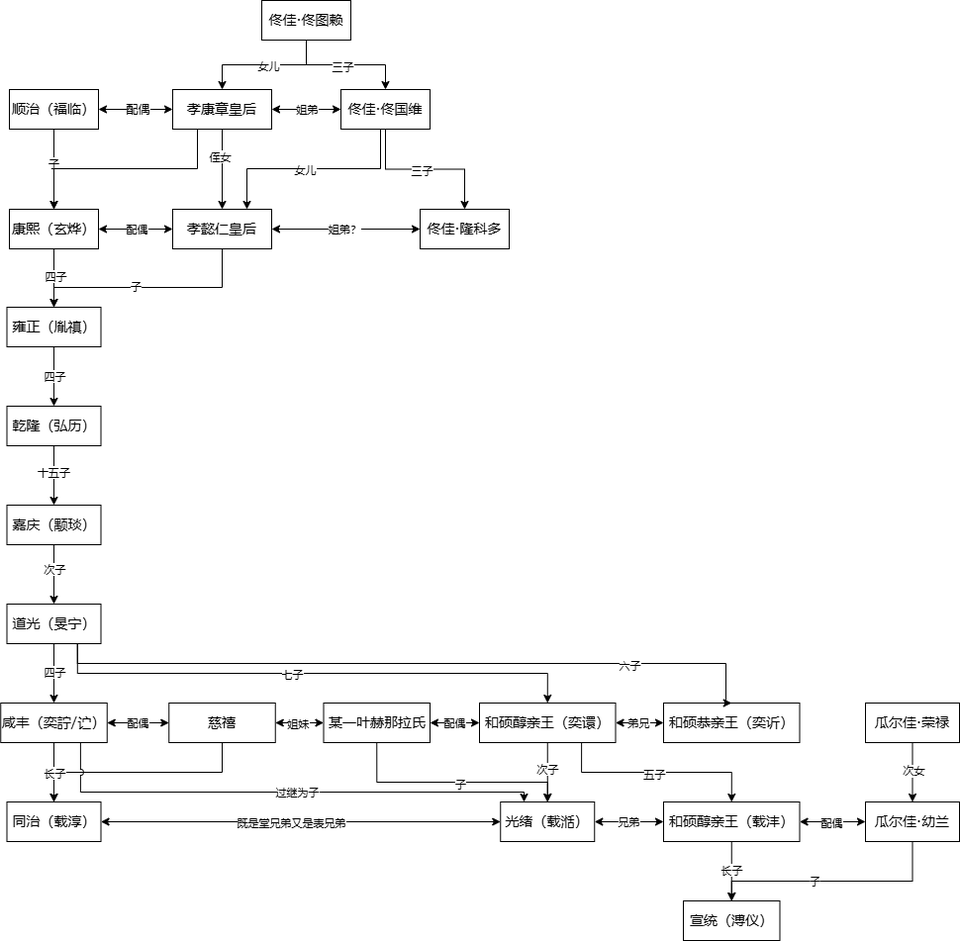
The draw.io diagram pic/清朝人物关系.drawio.png in guxdong/imgrepo, before a commit. Source tidied: cells renumbered, new cells last; positions are measured from the earlier drawing's top-left corner, leaving out a move shared by most shapes.
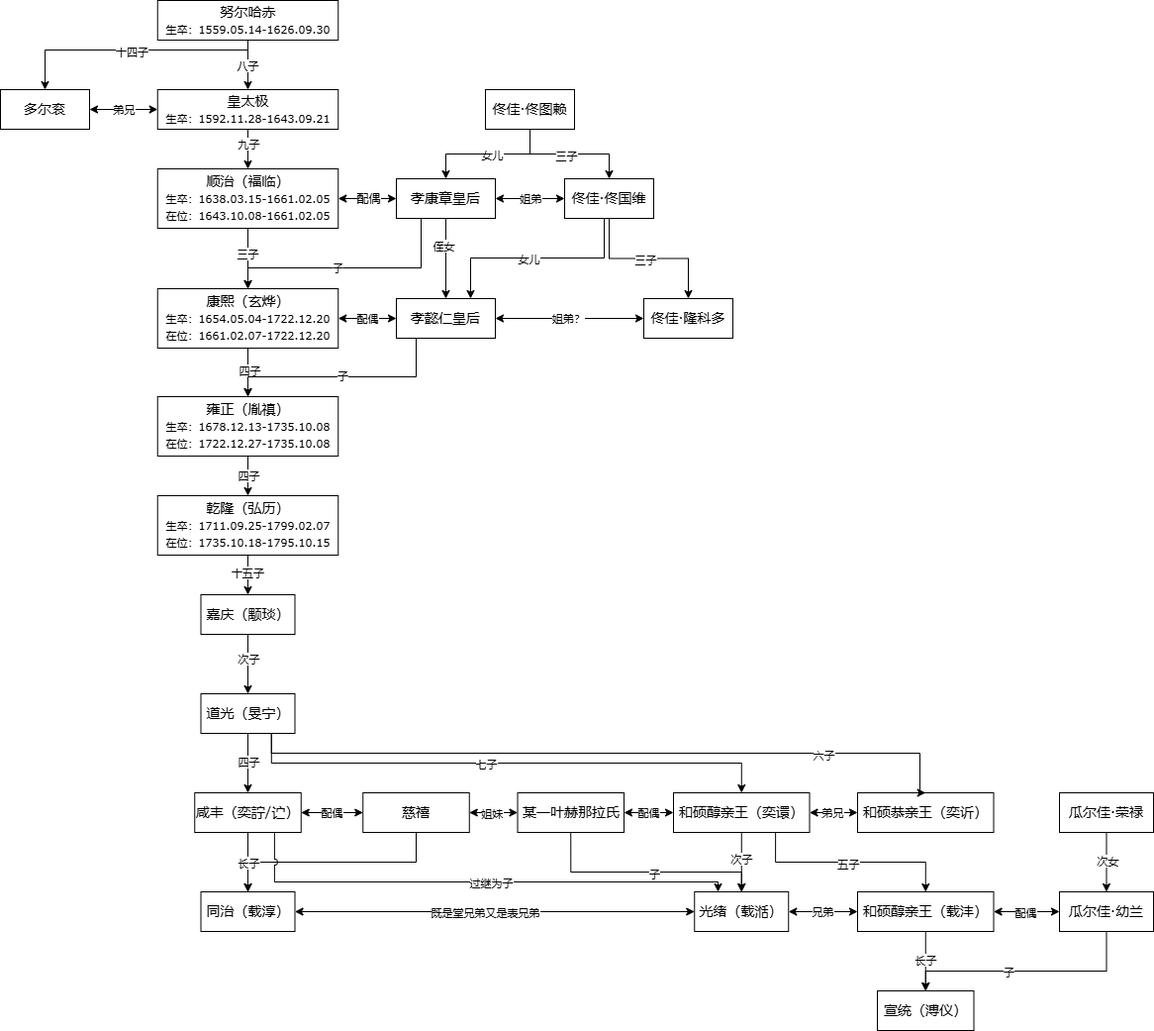
After the change.

Commit message:
更新清朝人物关系.drawio.png

Diff of the diagram source:
```diff
@@ -5,11 +5,11 @@
     <mxCell id="2" style="endArrow=classic;html=1;rounded=0;exitX=0.5;exitY=1;exitDx=0;exitDy=0;entryX=0.5;entryY=0;entryDx=0;entryDy=0;edgeStyle=orthogonalEdgeStyle;fontFamily=Verdana;" parent="1" edge="1" source="51" target="40">
       <mxGeometry relative="1" as="geometry" />
     </mxCell>
-    <mxCell id="3" value="顺治（福临）" style="rounded=0;whiteSpace=wrap;html=1;fontFamily=Verdana;fontSize=14;" parent="1" vertex="1">
-      <mxGeometry x="9" y="90" width="90" height="40" as="geometry" />
+    <mxCell id="3" value="顺治（福临）&lt;div&gt;&lt;font style=&quot;font-size: 11px;&quot;&gt;生卒：1638.03.15-1661.02.05&lt;/font&gt;&lt;/div&gt;&lt;div&gt;&lt;font style=&quot;font-size: 11px;&quot;&gt;在位：1643.10.08-&lt;/font&gt;&lt;span style=&quot;font-size: 11px; background-color: transparent; color: light-dark(rgb(0, 0, 0), rgb(255, 255, 255));&quot;&gt;1661.02.05&lt;/span&gt;&lt;/div&gt;" style="rounded=0;whiteSpace=wrap;html=1;fontFamily=Verdana;fontSize=14;" parent="1" vertex="1">
+      <mxGeometry x="-37.2" y="80" width="182.5" height="60" as="geometry" />
     </mxCell>
     <mxCell id="4" value="孝康章皇后" style="rounded=0;whiteSpace=wrap;html=1;fontFamily=Verdana;fontSize=14;" parent="1" vertex="1">
-      <mxGeometry x="174" y="90" width="100" height="40" as="geometry" />
+      <mxGeometry x="204" y="90" width="100" height="40" as="geometry" />
     </mxCell>
     <mxCell id="5" style="endArrow=classic;startArrow=classic;html=1;rounded=0;exitX=1;exitY=0.5;exitDx=0;exitDy=0;entryX=0;entryY=0.5;entryDx=0;entryDy=0;fontFamily=Verdana;fontSize=14;" parent="1" edge="1" source="3" target="4">
       <mxGeometry relative="1" as="geometry" />
@@ -17,25 +17,28 @@
     <mxCell id="6" value="配偶" style="edgeLabel;html=1;align=center;verticalAlign=middle;fontFamily=Verdana;fontSize=12;" parent="5" vertex="1">
       <mxGeometry x="0.03" relative="1" as="geometry" />
     </mxCell>
-    <mxCell id="7" value="康熙（玄烨）" style="rounded=0;whiteSpace=wrap;html=1;fontFamily=Verdana;fontSize=14;" parent="1" vertex="1">
-      <mxGeometry x="9" y="211" width="90" height="40" as="geometry" />
+    <mxCell id="7" value="康熙（玄烨）&lt;div&gt;&lt;font style=&quot;font-size: 11px;&quot;&gt;生卒：1654.05.04-1722.12.20&lt;/font&gt;&lt;/div&gt;&lt;div&gt;&lt;span style=&quot;font-size: 11px;&quot;&gt;在位：&lt;/span&gt;&lt;span style=&quot;background-color: transparent; font-size: 11px;&quot;&gt;1661.02.07-&lt;/span&gt;&lt;span style=&quot;font-size: 11px; background-color: transparent; color: light-dark(rgb(0, 0, 0), rgb(255, 255, 255));&quot;&gt;1722.12.20&lt;/span&gt;&lt;/div&gt;" style="rounded=0;whiteSpace=wrap;html=1;fontFamily=Verdana;fontSize=14;" parent="1" vertex="1">
+      <mxGeometry x="-37.2" y="201" width="182.5" height="60" as="geometry" />
     </mxCell>
     <mxCell id="8" style="endArrow=classic;html=1;rounded=0;exitX=0.5;exitY=1;exitDx=0;exitDy=0;entryX=0.5;entryY=0;entryDx=0;entryDy=0;fontFamily=Verdana;" parent="1" edge="1" source="3" target="7">
       <mxGeometry relative="1" as="geometry" />
     </mxCell>
-    <mxCell id="9" value="子" style="edgeLabel;html=1;align=center;verticalAlign=middle;fontFamily=Verdana;" parent="8" vertex="1">
+    <mxCell id="9" value="三子" style="edgeLabel;html=1;align=center;verticalAlign=middle;fontFamily=Verdana;" parent="8" vertex="1">
       <mxGeometry x="-0.17" y="-1" relative="1" as="geometry" />
     </mxCell>
     <mxCell id="10" style="endArrow=classic;html=1;rounded=0;exitX=0.25;exitY=1;exitDx=0;exitDy=0;entryX=0.5;entryY=0;entryDx=0;entryDy=0;edgeStyle=orthogonalEdgeStyle;fontFamily=Verdana;" parent="1" edge="1" source="4" target="7">
       <mxGeometry relative="1" as="geometry">
         <Array as="points">
-          <mxPoint x="199" y="170" />
-          <mxPoint x="54" y="170" />
+          <mxPoint x="229" y="180" />
+          <mxPoint x="54" y="180" />
         </Array>
       </mxGeometry>
     </mxCell>
+    <mxCell id="92" value="子" style="edgeLabel;html=1;align=center;verticalAlign=middle;" parent="10" vertex="1">
+      <mxGeometry x="0.1" relative="1" as="geometry" />
+    </mxCell>
     <mxCell id="11" value="佟佳·佟国维" style="rounded=0;whiteSpace=wrap;html=1;fontFamily=Verdana;fontSize=14;" parent="1" vertex="1">
-      <mxGeometry x="344" y="90" width="90" height="40" as="geometry" />
+      <mxGeometry x="374" y="90" width="90" height="40" as="geometry" />
     </mxCell>
     <mxCell id="12" style="endArrow=classic;startArrow=classic;html=1;rounded=0;entryX=0;entryY=0.5;entryDx=0;entryDy=0;exitX=1;exitY=0.5;exitDx=0;exitDy=0;fontFamily=Verdana;" parent="1" edge="1" source="4" target="11">
       <mxGeometry relative="1" as="geometry" />
@@ -44,7 +47,7 @@
       <mxGeometry y="1" relative="1" as="geometry" />
     </mxCell>
     <mxCell id="14" value="佟佳·佟图赖" style="rounded=0;whiteSpace=wrap;html=1;fontFamily=Verdana;fontSize=14;" parent="1" vertex="1">
-      <mxGeometry x="264" width="90" height="40" as="geometry" />
+      <mxGeometry x="294" width="90" height="40" as="geometry" />
     </mxCell>
     <mxCell id="15" style="endArrow=classic;html=1;rounded=0;exitX=0.5;exitY=1;exitDx=0;exitDy=0;entryX=0.5;entryY=0;entryDx=0;entryDy=0;edgeStyle=orthogonalEdgeStyle;fontFamily=Verdana;" parent="1" edge="1" source="14" target="4">
       <mxGeometry relative="1" as="geometry" />
@@ -59,13 +62,13 @@
       <mxGeometry x="-0.06" y="-1" relative="1" as="geometry" />
     </mxCell>
     <mxCell id="19" value="孝懿仁皇后" style="rounded=0;whiteSpace=wrap;html=1;fontFamily=Verdana;fontSize=14;" parent="1" vertex="1">
-      <mxGeometry x="174" y="211" width="100" height="40" as="geometry" />
+      <mxGeometry x="204" y="211" width="100" height="40" as="geometry" />
     </mxCell>
     <mxCell id="20" style="endArrow=classic;html=1;rounded=0;exitX=0.5;exitY=1;exitDx=0;exitDy=0;entryX=0.75;entryY=0;entryDx=0;entryDy=0;edgeStyle=orthogonalEdgeStyle;fontFamily=Verdana;" parent="1" edge="1" source="11" target="19">
       <mxGeometry relative="1" as="geometry">
         <Array as="points">
-          <mxPoint x="384" y="170" />
-          <mxPoint x="249" y="170" />
+          <mxPoint x="414" y="170" />
+          <mxPoint x="279" y="170" />
         </Array>
       </mxGeometry>
     </mxCell>
@@ -74,14 +77,14 @@
     </mxCell>
     <mxCell id="22" style="endArrow=classic;html=1;rounded=0;entryX=0.5;entryY=0;entryDx=0;entryDy=0;fontFamily=Verdana;" parent="1" edge="1" target="19">
       <mxGeometry relative="1" as="geometry">
-        <mxPoint x="224" y="130" as="sourcePoint" />
+        <mxPoint x="254" y="130" as="sourcePoint" />
       </mxGeometry>
     </mxCell>
     <mxCell id="23" value="侄女" style="edgeLabel;html=1;align=center;verticalAlign=middle;fontFamily=Verdana;" parent="22" vertex="1">
       <mxGeometry x="-0.33" y="-3" relative="1" as="geometry" />
     </mxCell>
-    <mxCell id="24" value="雍正（胤禛）" style="rounded=0;whiteSpace=wrap;html=1;fontFamily=Verdana;fontSize=14;" parent="1" vertex="1">
-      <mxGeometry x="6.5" y="310" width="95" height="40" as="geometry" />
+    <mxCell id="24" value="雍正（胤禛）&lt;div&gt;&lt;font style=&quot;font-size: 11px;&quot;&gt;生卒：1678.12.13-1735.10.08&lt;/font&gt;&lt;/div&gt;&lt;div&gt;&lt;span style=&quot;font-size: 11px;&quot;&gt;在位：&lt;/span&gt;&lt;span style=&quot;background-color: transparent; font-size: 11px;&quot;&gt;1722.12.27-&lt;/span&gt;&lt;span style=&quot;background-color: transparent; font-size: 11px;&quot;&gt;1735.10.08&lt;/span&gt;&lt;/div&gt;" style="rounded=0;whiteSpace=wrap;html=1;fontFamily=Verdana;fontSize=14;" parent="1" vertex="1">
+      <mxGeometry x="-37.2" y="310" width="182.5" height="60" as="geometry" />
     </mxCell>
     <mxCell id="25" style="endArrow=classic;startArrow=classic;html=1;rounded=0;exitX=1;exitY=0.5;exitDx=0;exitDy=0;fontFamily=Verdana;" parent="1" edge="1" source="7" target="19">
       <mxGeometry relative="1" as="geometry" />
@@ -107,7 +110,7 @@
       <mxGeometry x="0.11" y="-2" relative="1" as="geometry" />
     </mxCell>
     <mxCell id="31" value="佟佳·隆科多" style="rounded=0;whiteSpace=wrap;html=1;fontFamily=Verdana;fontSize=14;" parent="1" vertex="1">
-      <mxGeometry x="424" y="211" width="90" height="40" as="geometry" />
+      <mxGeometry x="454" y="211" width="90" height="40" as="geometry" />
     </mxCell>
     <mxCell id="32" style="endArrow=classic;html=1;rounded=0;exitX=0.5;exitY=1;exitDx=0;exitDy=0;entryX=0.5;entryY=0;entryDx=0;entryDy=0;edgeStyle=orthogonalEdgeStyle;fontFamily=Verdana;" parent="1" edge="1" source="11" target="31">
       <mxGeometry relative="1" as="geometry" />
@@ -123,8 +126,8 @@
     <mxCell id="35" value="姐弟？" style="edgeLabel;html=1;align=center;verticalAlign=middle;fontFamily=Verdana;" parent="34" vertex="1">
       <mxGeometry x="-0.03" y="1" relative="1" as="geometry" />
     </mxCell>
-    <mxCell id="36" value="乾隆（弘历）" style="rounded=0;whiteSpace=wrap;html=1;fontFamily=Verdana;fontSize=14;" parent="1" vertex="1">
-      <mxGeometry x="6.5" y="410" width="95" height="40" as="geometry" />
+    <mxCell id="36" value="乾隆（弘历）&lt;div&gt;&lt;font style=&quot;font-size: 11px;&quot;&gt;生卒：1711.09.25-1799.02.07&lt;/font&gt;&lt;/div&gt;&lt;div&gt;&lt;span style=&quot;font-size: 11px;&quot;&gt;在位：&lt;/span&gt;&lt;span style=&quot;background-color: transparent; font-size: 11px;&quot;&gt;1735.10.18-&lt;/span&gt;&lt;span style=&quot;background-color: transparent; font-size: 11px;&quot;&gt;1795.10.15&lt;/span&gt;&lt;/div&gt;" style="rounded=0;whiteSpace=wrap;html=1;fontFamily=Verdana;fontSize=14;" parent="1" vertex="1">
+      <mxGeometry x="-37.2" y="410" width="182.5" height="60" as="geometry" />
     </mxCell>
     <mxCell id="37" value="嘉庆（颙琰）" style="rounded=0;whiteSpace=wrap;html=1;fontFamily=Verdana;fontSize=14;" parent="1" vertex="1">
       <mxGeometry x="6.5" y="510" width="95" height="40" as="geometry" />
@@ -311,7 +314,7 @@
         <mxPoint y="1" as="offset" />
       </mxGeometry>
     </mxCell>
-    <mxCell id="85" style="endArrow=classic;html=1;rounded=0;exitX=0.5;exitY=1;exitDx=0;exitDy=0;entryX=0.5;entryY=0;entryDx=0;entryDy=0;edgeStyle=orthogonalEdgeStyle;" parent="1" edge="1" source="80" target="42">
+    <mxCell id="85" style="endArrow=classic;html=1;rounded=0;exitX=0.5;exitY=1;exitDx=0;exitDy=0;entryX=0.5;entryY=0;entryDx=0;entryDy=0;edgeStyle=orthogonalEdgeStyle;fontFamily=Verdana;" parent="1" edge="1" source="80" target="42">
       <mxGeometry relative="1" as="geometry">
         <Array as="points">
           <mxPoint x="922" y="890" />
@@ -319,12 +322,12 @@
         </Array>
       </mxGeometry>
     </mxCell>
-    <mxCell id="86" value="子" style="edgeLabel;html=1;align=center;verticalAlign=middle;" parent="85" vertex="1">
+    <mxCell id="86" value="子" style="edgeLabel;html=1;align=center;verticalAlign=middle;fontFamily=Verdana;" parent="85" vertex="1">
       <mxGeometry x="0.15" relative="1" as="geometry">
         <mxPoint x="1" as="offset" />
       </mxGeometry>
     </mxCell>
-    <mxCell id="87" style="endArrow=classic;html=1;rounded=0;exitX=0.75;exitY=1;exitDx=0;exitDy=0;entryX=0.25;entryY=0;entryDx=0;entryDy=0;edgeStyle=orthogonalEdgeStyle;jumpStyle=arc;" parent="1" edge="1" source="39" target="41">
+    <mxCell id="87" style="endArrow=classic;html=1;rounded=0;exitX=0.75;exitY=1;exitDx=0;exitDy=0;entryX=0.25;entryY=0;entryDx=0;entryDy=0;edgeStyle=orthogonalEdgeStyle;jumpStyle=arc;fontFamily=Verdana;" parent="1" edge="1" source="39" target="41">
       <mxGeometry relative="1" as="geometry">
         <Array as="points">
           <mxPoint x="81" y="800" />
@@ -332,7 +335,7 @@
         </Array>
       </mxGeometry>
     </mxCell>
-    <mxCell id="88" value="过继为子" style="edgeLabel;html=1;align=center;verticalAlign=middle;" parent="87" vertex="1">
+    <mxCell id="88" value="过继为子" style="edgeLabel;html=1;align=center;verticalAlign=middle;fontFamily=Verdana;" parent="87" vertex="1">
       <mxGeometry x="0.06" y="1" relative="1" as="geometry">
         <mxPoint y="1" as="offset" />
       </mxGeometry>
@@ -340,11 +343,51 @@
     <mxCell id="89" value="瓜尔佳·荣禄" style="rounded=0;whiteSpace=wrap;html=1;fontFamily=Verdana;fontSize=14;" parent="1" vertex="1">
       <mxGeometry x="874" y="710" width="95" height="40" as="geometry" />
     </mxCell>
-    <mxCell id="90" style="endArrow=classic;html=1;rounded=0;exitX=0.5;exitY=1;exitDx=0;exitDy=0;entryX=0.5;entryY=0;entryDx=0;entryDy=0;" parent="1" edge="1" source="89" target="80">
+    <mxCell id="90" style="endArrow=classic;html=1;rounded=0;exitX=0.5;exitY=1;exitDx=0;exitDy=0;entryX=0.5;entryY=0;entryDx=0;entryDy=0;fontFamily=Verdana;" parent="1" edge="1" source="89" target="80">
       <mxGeometry relative="1" as="geometry" />
     </mxCell>
-    <mxCell id="91" value="次女" style="edgeLabel;html=1;align=center;verticalAlign=middle;" parent="90" vertex="1">
+    <mxCell id="91" value="次女" style="edgeLabel;html=1;align=center;verticalAlign=middle;fontFamily=Verdana;" parent="90" vertex="1">
       <mxGeometry x="-0.08" y="1" relative="1" as="geometry" />
     </mxCell>
+    <mxCell id="93" value="皇太极&lt;div&gt;&lt;font style=&quot;font-size: 11px;&quot;&gt;生卒：1592.11.28-1643.09.21&lt;/font&gt;&lt;/div&gt;" style="rounded=0;whiteSpace=wrap;html=1;fontFamily=Verdana;fontSize=14;" parent="1" vertex="1">
+      <mxGeometry x="-37.2" width="182.5" height="40" as="geometry" />
+    </mxCell>
+    <mxCell id="94" value="努尔哈赤&lt;div&gt;&lt;font style=&quot;font-size: 11px;&quot;&gt;生卒：1559.05.14-1626.09.30&lt;/font&gt;&lt;/div&gt;" style="rounded=0;whiteSpace=wrap;html=1;fontFamily=Verdana;fontSize=14;" parent="1" vertex="1">
+      <mxGeometry x="-37.2" y="-90" width="182.5" height="40" as="geometry" />
+    </mxCell>
+    <mxCell id="95" style="endArrow=classic;html=1;rounded=0;exitX=0.5;exitY=1;exitDx=0;exitDy=0;entryX=0.5;entryY=0;entryDx=0;entryDy=0;fontFamily=Verdana;" parent="1" edge="1" source="94" target="93">
+      <mxGeometry relative="1" as="geometry" />
+    </mxCell>
+    <mxCell id="96" value="八子" style="edgeLabel;html=1;align=center;verticalAlign=middle;fontFamily=Verdana;" parent="95" vertex="1">
+      <mxGeometry x="-0.24" y="-1" relative="1" as="geometry">
+        <mxPoint y="6" as="offset" />
+      </mxGeometry>
+    </mxCell>
+    <mxCell id="97" value="多尔衮" style="rounded=0;whiteSpace=wrap;html=1;fontFamily=Verdana;fontSize=14;" parent="1" vertex="1">
+      <mxGeometry x="-196" width="90" height="40" as="geometry" />
+    </mxCell>
+    <mxCell id="98" style="endArrow=classic;html=1;rounded=0;exitX=0.5;exitY=1;exitDx=0;exitDy=0;entryX=0.5;entryY=0;entryDx=0;entryDy=0;edgeStyle=orthogonalEdgeStyle;fontFamily=Verdana;" parent="1" edge="1" source="94" target="97">
+      <mxGeometry relative="1" as="geometry">
+        <Array as="points">
+          <mxPoint x="54" y="-40" />
+          <mxPoint x="-151" y="-40" />
+        </Array>
+      </mxGeometry>
+    </mxCell>
+    <mxCell id="99" value="十四子" style="edgeLabel;html=1;align=center;verticalAlign=middle;fontFamily=Verdana;" parent="98" vertex="1">
+      <mxGeometry y="1" relative="1" as="geometry" />
+    </mxCell>
+    <mxCell id="100" style="endArrow=classic;startArrow=classic;html=1;rounded=0;exitX=1;exitY=0.5;exitDx=0;exitDy=0;entryX=0;entryY=0.5;entryDx=0;entryDy=0;fontFamily=Verdana;" parent="1" edge="1" source="97" target="93">
+      <mxGeometry relative="1" as="geometry" />
+    </mxCell>
+    <mxCell id="101" value="弟兄" style="edgeLabel;html=1;align=center;verticalAlign=middle;fontFamily=Verdana;" parent="100" vertex="1">
+      <mxGeometry x="-0.01" y="1" relative="1" as="geometry" />
+    </mxCell>
+    <mxCell id="102" style="endArrow=classic;html=1;rounded=0;exitX=0.5;exitY=1;exitDx=0;exitDy=0;entryX=0.5;entryY=0;entryDx=0;entryDy=0;fontFamily=Verdana;" parent="1" edge="1" source="93" target="3">
+      <mxGeometry relative="1" as="geometry" />
+    </mxCell>
+    <mxCell id="103" value="九子" style="edgeLabel;html=1;align=center;verticalAlign=middle;fontFamily=Verdana;" parent="102" vertex="1">
+      <mxGeometry x="-0.28" relative="1" as="geometry" />
+    </mxCell>
   </root>
 </mxGraphModel>
```
